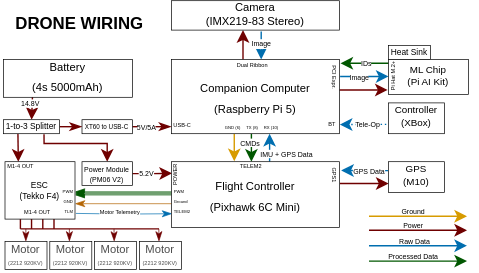
The draw.io diagram assets/DroneWiring.svg in AustinJia-code/Drone, before a commit. Source tidied: cells renumbered, new cells last; positions are measured from the earlier drawing's top-left corner, leaving out a move shared by most shapes.
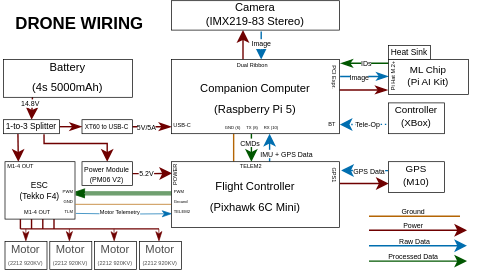
After the change.

Diff of the diagram source:
```diff
@@ -2,6 +2,12 @@
   <root>
     <mxCell id="0" />
     <mxCell id="1" parent="0" />
+    <mxCell id="82" style="endArrow=none;html=1;rounded=0;entryX=0.185;entryY=0.999;entryDx=0;entryDy=0;entryPerimeter=0;exitX=0.186;exitY=-0.002;exitDx=0;exitDy=0;exitPerimeter=0;fillColor=#fad7ac;strokeColor=#b46504;" parent="1" edge="1">
+      <mxGeometry relative="1" as="geometry">
+        <mxPoint x="166.3" y="114.9" as="sourcePoint" />
+        <mxPoint x="166.3" y="94.9" as="targetPoint" />
+      </mxGeometry>
+    </mxCell>
     <mxCell id="2" style="endArrow=classicThin;html=1;rounded=0;endFill=1;strokeWidth=0.5;fillColor=#008a00;strokeColor=#005700;entryX=1.002;entryY=0.56;entryDx=0;entryDy=0;entryPerimeter=0;exitX=0.639;exitY=0.241;exitDx=0;exitDy=0;exitPerimeter=0;" parent="1" edge="1">
       <mxGeometry relative="1" as="geometry">
         <mxPoint x="122" y="138.8" as="sourcePoint" />
@@ -31,18 +37,6 @@
         <mxPoint x="-5" as="offset" />
       </mxGeometry>
     </mxCell>
-    <mxCell id="7" style="endArrow=classicThin;html=1;rounded=0;endFill=1;strokeWidth=0.5;fillColor=#fad7ac;strokeColor=#b46504;entryX=1.002;entryY=0.56;entryDx=0;entryDy=0;entryPerimeter=0;exitX=0.639;exitY=0.241;exitDx=0;exitDy=0;exitPerimeter=0;" parent="1" edge="1">
-      <mxGeometry relative="1" as="geometry">
-        <mxPoint x="122" y="145" as="sourcePoint" />
-        <mxPoint x="53" y="145" as="targetPoint" />
-      </mxGeometry>
-    </mxCell>
-    <mxCell id="8" style="endArrow=classic;html=1;rounded=0;exitX=0.173;exitY=1.005;exitDx=0;exitDy=0;exitPerimeter=0;entryX=0.173;entryY=-0.007;entryDx=0;entryDy=0;entryPerimeter=0;fillColor=#ffcd28;strokeColor=#d79b00;gradientColor=#ffa500;" parent="1" edge="1">
-      <mxGeometry relative="1" as="geometry">
-        <mxPoint x="166.8" y="95.3" as="sourcePoint" />
-        <mxPoint x="166.8" y="114.7" as="targetPoint" />
-      </mxGeometry>
-    </mxCell>
     <mxCell id="9" style="endArrow=classicThin;html=1;rounded=0;fillColor=#a20025;strokeColor=light-dark(#6F0000, #ff0000);endFill=1;strokeWidth=0.5;fontStyle=0;" parent="1" edge="1">
       <mxGeometry relative="1" as="geometry">
         <mxPoint x="17.9" y="163" as="sourcePoint" />
@@ -91,7 +85,7 @@
         <mxPoint x="12.5" y="115" as="targetPoint" />
       </mxGeometry>
     </mxCell>
-    <mxCell id="17" style="edgeStyle=orthogonalEdgeStyle;rounded=0;jettySize=auto;html=1;exitX=1.003;exitY=0.352;exitDx=0;exitDy=0;fillColor=#1ba1e2;strokeColor=#006EAF;entryX=0;entryY=0.5;entryDx=0;entryDy=0;exitPerimeter=0;" parent="1" edge="1" target="41">
+    <mxCell id="17" style="edgeStyle=orthogonalEdgeStyle;rounded=0;jettySize=auto;html=1;exitX=1.003;exitY=0.352;exitDx=0;exitDy=0;fillColor=#1ba1e2;strokeColor=#006EAF;entryX=0;entryY=0.5;entryDx=0;entryDy=0;exitPerimeter=0;endArrow=classicThin;endFill=1;" parent="1" edge="1" target="41">
       <mxGeometry relative="1" as="geometry">
         <mxPoint x="242.4" y="54.1" as="sourcePoint" />
       </mxGeometry>
@@ -147,7 +141,7 @@
         <mxPoint y="-1" as="offset" />
       </mxGeometry>
     </mxCell>
-    <mxCell id="27" style="edgeStyle=orthogonalEdgeStyle;rounded=0;jettySize=auto;html=1;exitX=0.646;exitY=-1.329;exitDx=0;exitDy=0;fillColor=#a20025;strokeColor=light-dark(#6F0000, #ff0000);entryX=-0.012;entryY=0.871;entryDx=0;entryDy=0;entryPerimeter=0;exitPerimeter=0;" parent="1" edge="1" source="62" target="41">
+    <mxCell id="27" style="edgeStyle=orthogonalEdgeStyle;rounded=0;jettySize=auto;html=1;exitX=0.646;exitY=-1.329;exitDx=0;exitDy=0;fillColor=#a20025;strokeColor=light-dark(#6F0000, #ff0000);entryX=-0.012;entryY=0.871;entryDx=0;entryDy=0;entryPerimeter=0;exitPerimeter=0;endArrow=classicThin;endFill=1;" parent="1" edge="1" source="62" target="41">
       <mxGeometry relative="1" as="geometry" />
     </mxCell>
     <mxCell id="28" style="edgeStyle=orthogonalEdgeStyle;rounded=0;orthogonalLoop=1;jettySize=auto;html=1;exitX=0.25;exitY=0;exitDx=0;exitDy=0;entryX=0.25;entryY=1;entryDx=0;entryDy=0;fillColor=#a20025;strokeColor=light-dark(#6F0000, #ff0000);fontSize=6;" parent="1" edge="1">
@@ -198,7 +192,7 @@
     <mxCell id="38" value="&lt;div style=&quot;line-height: 70%;&quot;&gt;&lt;font style=&quot;line-height: 70%; font-size: 8px;&quot;&gt;Motor&lt;/font&gt;&lt;div&gt;&lt;font style=&quot;line-height: 70%; font-size: 4px;&quot;&gt;(2212 920KV)&lt;/font&gt;&lt;/div&gt;&lt;/div&gt;" style="rounded=0;whiteSpace=wrap;html=1;textOpacity=70;verticalAlign=bottom;strokeWidth=0.5;" parent="1" vertex="1">
       <mxGeometry x="3" y="172" width="30" height="20" as="geometry" />
     </mxCell>
-    <mxCell id="39" style="edgeStyle=orthogonalEdgeStyle;rounded=0;jettySize=auto;html=1;fillColor=#008a00;strokeColor=#005700;exitX=0;exitY=0.109;exitDx=0;exitDy=0;exitPerimeter=0;entryX=1.005;entryY=0.059;entryDx=0;entryDy=0;entryPerimeter=0;" parent="1" edge="1" source="41" target="29">
+    <mxCell id="39" style="edgeStyle=orthogonalEdgeStyle;rounded=0;jettySize=auto;html=1;fillColor=#008a00;strokeColor=#005700;exitX=0;exitY=0.109;exitDx=0;exitDy=0;exitPerimeter=0;entryX=1.005;entryY=0.059;entryDx=0;entryDy=0;entryPerimeter=0;endArrow=classicThin;endFill=1;" parent="1" edge="1" source="41" target="29">
       <mxGeometry relative="1" as="geometry" />
     </mxCell>
     <mxCell id="40" value="IDs" style="edgeLabel;html=1;align=center;verticalAlign=middle;fontSize=5;" parent="39" vertex="1">
@@ -352,12 +346,6 @@
     <mxCell id="77" value="M1-4 OUT" style="text;html=1;align=center;verticalAlign=middle;whiteSpace=wrap;rounded=0;rotation=0;fontSize=4;fontColor=light-dark(#000000,#CC99FF);" parent="1" vertex="1">
       <mxGeometry y="112" width="29" height="14" as="geometry" />
     </mxCell>
-    <mxCell id="78" style="endArrow=classic;html=1;rounded=0;fillColor=#ffcd28;strokeColor=#d79b00;fontSize=5;gradientColor=#ffa500;" parent="1" edge="1">
-      <mxGeometry relative="1" as="geometry">
-        <mxPoint x="263" y="154" as="sourcePoint" />
-        <mxPoint x="333" y="154" as="targetPoint" />
-      </mxGeometry>
-    </mxCell>
     <mxCell id="79" value="&lt;font&gt;Ground&lt;/font&gt;" style="text;html=1;align=center;verticalAlign=middle;whiteSpace=wrap;rounded=0;fontSize=5;" parent="1" vertex="1">
       <mxGeometry x="265" y="146" width="60" height="8" as="geometry" />
     </mxCell>
@@ -367,5 +355,14 @@
     <mxCell id="81" value="Heat Sink" style="rounded=0;whiteSpace=wrap;html=1;fontSize=6;strokeWidth=0.5;" parent="1" vertex="1">
       <mxGeometry x="277" y="32" width="30" height="10" as="geometry" />
     </mxCell>
+    <mxCell id="83" style="endArrow=none;html=1;rounded=0;exitX=0.998;exitY=0.624;exitDx=0;exitDy=0;exitPerimeter=0;entryX=-0.395;entryY=0.624;entryDx=0;entryDy=0;entryPerimeter=0;fillColor=#fad7ac;strokeColor=#b46504;strokeWidth=0.5;" parent="1" edge="1" source="80" target="65">
+      <mxGeometry relative="1" as="geometry" />
+    </mxCell>
+    <mxCell id="84" style="endArrow=none;html=1;rounded=0;fillColor=#fad7ac;strokeColor=#b46504;" parent="1" edge="1">
+      <mxGeometry relative="1" as="geometry">
+        <mxPoint x="328" y="154" as="sourcePoint" />
+        <mxPoint x="263" y="154" as="targetPoint" />
+      </mxGeometry>
+    </mxCell>
   </root>
 </mxGraphModel>
```
